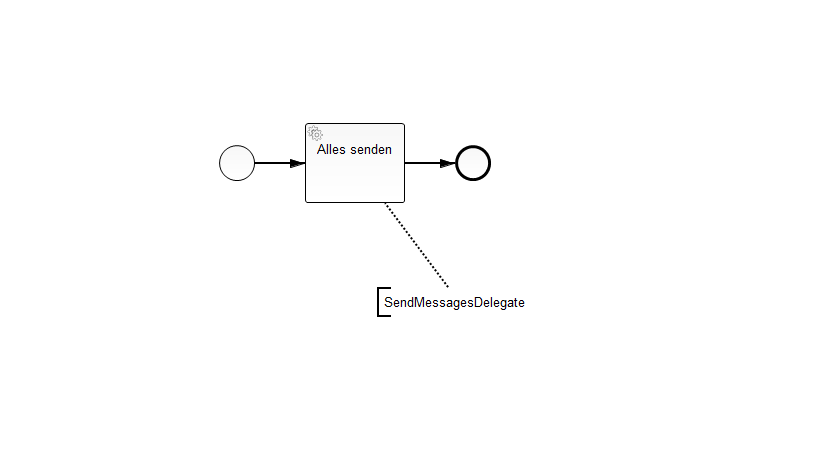
Earlier version of the BPMN export resourceplanning-bpm/src/main/resources/MailTriggerProcess.png (gheddie/speedys-resourceplanning). Its source is kept beside it as resourceplanning-bpm/src/main/resources/MailTriggerProcess.bpmn. Ids are renumbered.
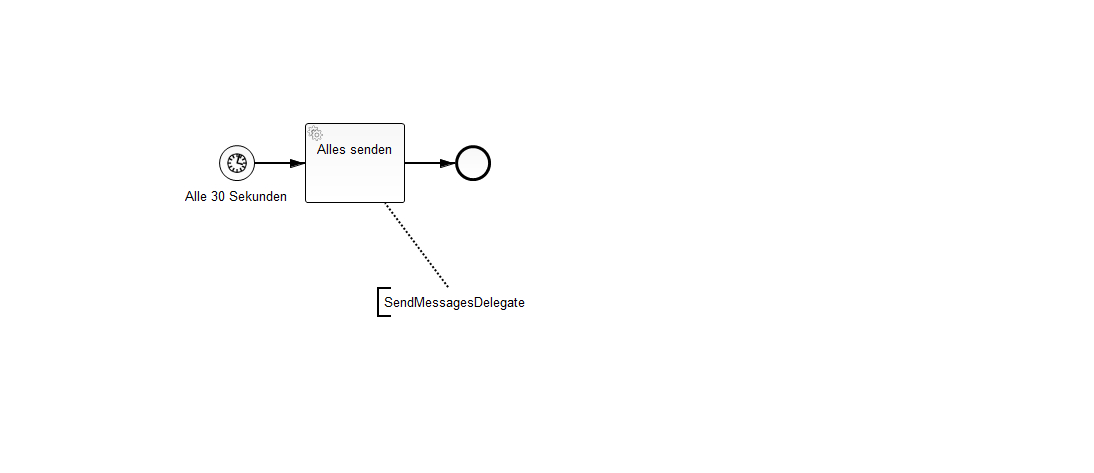
Above is the later version.

What changed in the source:
```diff
@@ -1,7 +1,10 @@
 <bpmn2:definitions xmlns:xsi="http://www.w3.org/2001/XMLSchema-instance" xmlns:bpmn2="http://www.omg.org/spec/BPMN/20100524/MODEL" xmlns:bpmndi="http://www.omg.org/spec/BPMN/20100524/DI" xmlns:camunda="http://activiti.org/bpmn" xmlns:dc="http://www.omg.org/spec/DD/20100524/DC" xmlns:di="http://www.omg.org/spec/DD/20100524/DI" xsi:schemaLocation="http://www.omg.org/spec/BPMN/20100524/MODEL BPMN20.xsd" id="_C8998G01EeW7KpF1VORX7Q" exporter="camunda modeler" exporterVersion="2.7.0" targetNamespace="http://activiti.org/bpmn">
   <bpmn2:process id="MailTriggerProcess" isExecutable="true">
-    <bpmn2:startEvent id="StartEvent_1">
+    <bpmn2:startEvent id="StartEvent_1" name="Alle 30 Sekunden">
       <bpmn2:outgoing>SequenceFlow_1</bpmn2:outgoing>
+      <bpmn2:timerEventDefinition id="_TimerEventDefinition_2">
+        <bpmn2:timeCycle xsi:type="bpmn2:tFormalExpression">R/PT10S</bpmn2:timeCycle>
+      </bpmn2:timerEventDefinition>
     </bpmn2:startEvent>
     <bpmn2:serviceTask id="ServiceTask_1" camunda:class="de.trispeedys.resourceplanning.delegate.mailtrigger.SendMessagesDelegate" name="Alles senden">
       <bpmn2:incoming>SequenceFlow_1</bpmn2:incoming>
```
